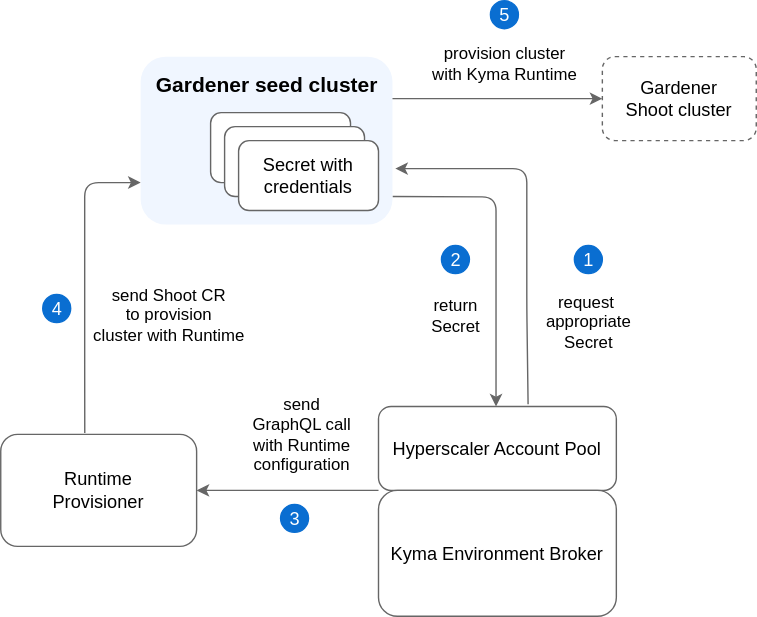
The draw.io diagram docs/assets/hap-flow.drawio.svg in kyma-project/kyma-environment-broker, before a commit. Source tidied: cells renumbered, new cells last; positions are measured from the earlier drawing's top-left corner, leaving out a move shared by most shapes.
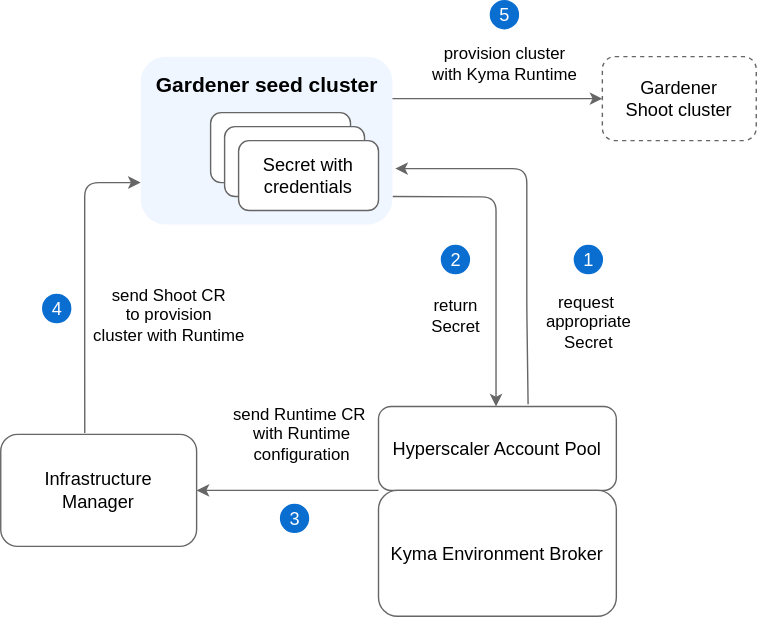
After the commit.

Change to the diagram source:
```diff
@@ -18,7 +18,7 @@
     <mxCell id="4" value="&lt;font style=&quot;font-size: 13px&quot;&gt;Gardener &lt;br&gt;Shoot cluster&lt;/font&gt;" style="rounded=1;whiteSpace=wrap;html=1;strokeColor=#666666;dashed=1;" parent="1" vertex="1">
       <mxGeometry x="430" y="40" width="110" height="60" as="geometry" />
     </mxCell>
-    <mxCell id="5" value="&lt;font style=&quot;font-size: 13px&quot;&gt;Runtime &lt;br&gt;Provisioner&lt;/font&gt;" style="rounded=1;whiteSpace=wrap;html=1;strokeColor=#666666;" parent="1" vertex="1">
+    <mxCell id="5" value="&lt;span style=&quot;font-size: 13px;&quot;&gt;Infrastructure&lt;/span&gt;&lt;div&gt;&lt;span style=&quot;font-size: 13px;&quot;&gt;Manager&lt;/span&gt;&lt;/div&gt;" style="rounded=1;whiteSpace=wrap;html=1;strokeColor=#666666;" parent="1" vertex="1">
       <mxGeometry y="310" width="140" height="80" as="geometry" />
     </mxCell>
     <mxCell id="6" value="&lt;b&gt;&lt;font style=&quot;font-size: 15px&quot;&gt;Gardener seed cluster&lt;/font&gt;&lt;/b&gt;" style="text;html=1;align=center;verticalAlign=middle;" parent="1" vertex="1">
@@ -65,8 +65,8 @@
     <mxCell id="16" value="3" style="text;html=1;align=center;verticalAlign=middle;fillColor=none;strokeColor=none;rounded=0;fontColor=#FFFFFF;fontSize=13;" parent="14" vertex="1">
       <mxGeometry width="20" height="20" as="geometry" />
     </mxCell>
-    <mxCell id="17" value="send &lt;br&gt;GraphQL call &lt;br&gt;with Runtime &lt;br&gt;configuration" style="text;html=1;align=center;verticalAlign=middle;" parent="1" vertex="1">
-      <mxGeometry x="170" y="280" width="90" height="60" as="geometry" />
+    <mxCell id="17" value="send Runtime CR&amp;nbsp;&lt;div&gt;with Runtime &lt;br&gt;configuration&lt;/div&gt;" style="text;html=1;align=center;verticalAlign=middle;" parent="1" vertex="1">
+      <mxGeometry x="155" y="280" width="120" height="60" as="geometry" />
     </mxCell>
     <mxCell id="18" value="&lt;font style=&quot;font-size: 15px&quot;&gt;Secret with credentials&lt;/font&gt;" style="rounded=1;whiteSpace=wrap;html=1;strokeColor=#666666;" parent="1" vertex="1">
       <mxGeometry x="160" y="90" width="100" height="50" as="geometry" />
```
